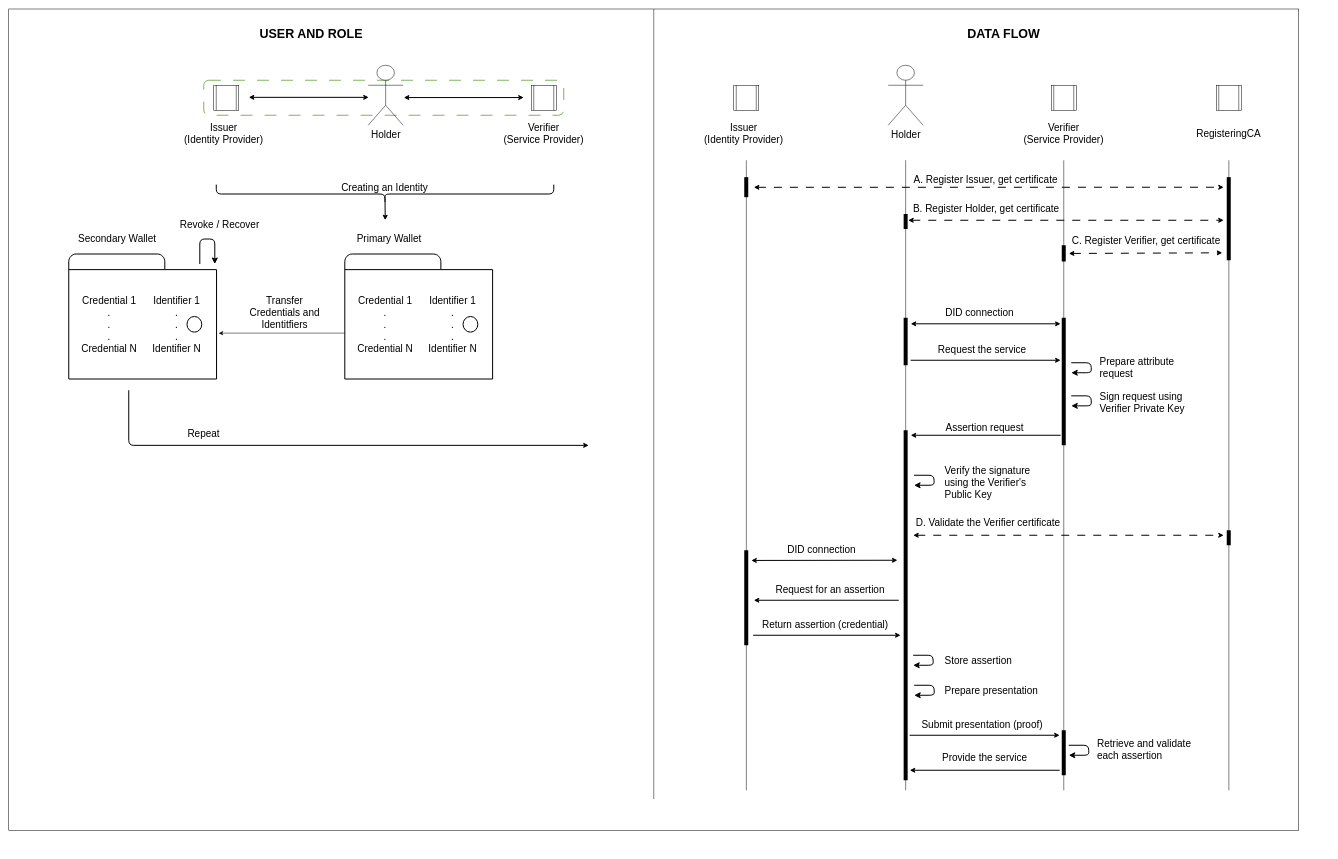
cristianlepore/Self-Sovereign-Identity keeps this draw.io diagram as definition/images/SSI_process_flow/SSI_process_flow_raw.drawio. Above is the earlier version. Source tidied: cells renumbered, new cells numbered last; positions are measured from the earlier drawing's top-left corner, leaving out a move shared by most shapes. Both pictures are drawn from the tidied source at 50%, with x=0, y=0 at pixel (8, 9).
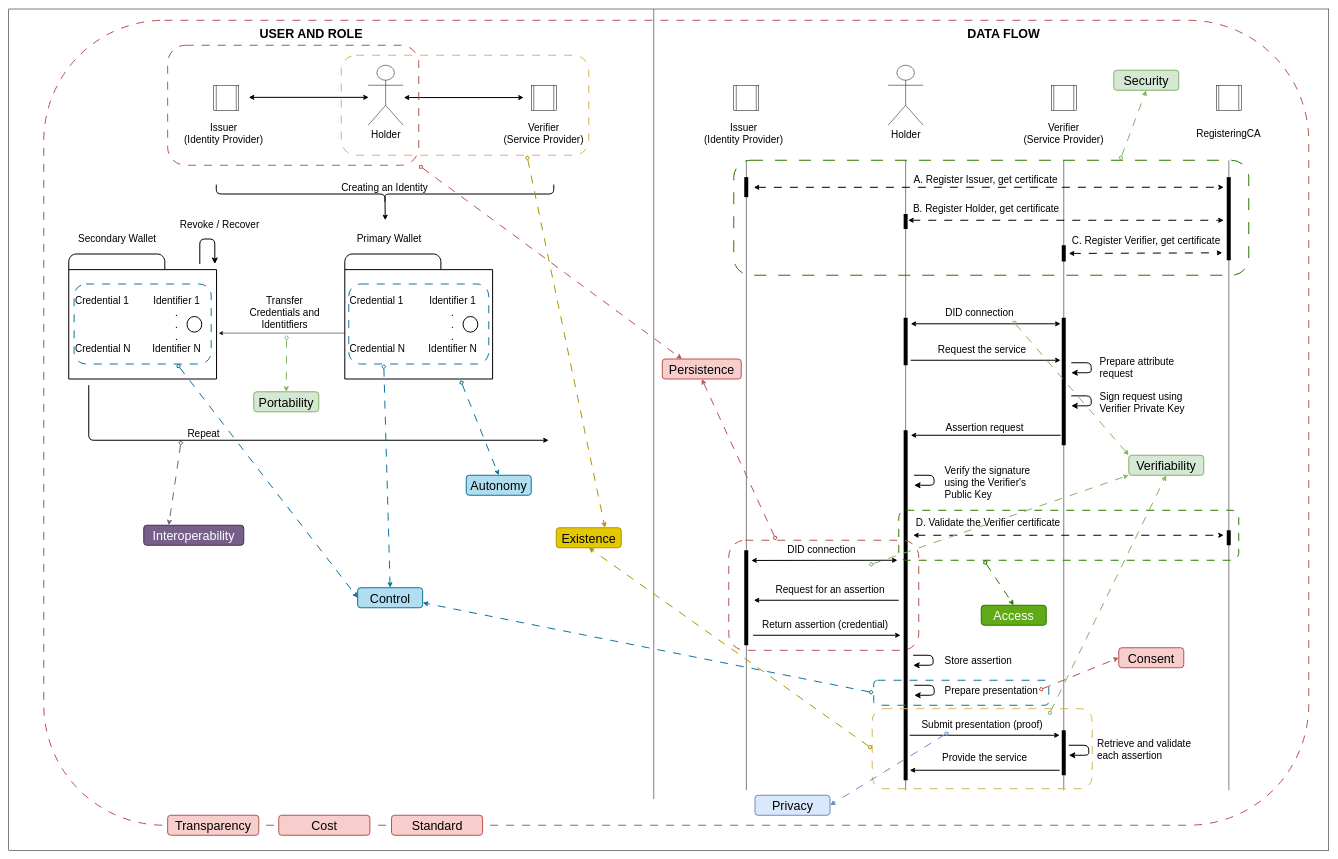
Above is the later version.

Unchanged cells that the change refers to:
```xml
<mxCell id="13" value="&lt;div&gt;&lt;font style=&quot;font-size: 20px;&quot;&gt;Repeat&lt;font&gt;&lt;br&gt;&lt;/font&gt;&lt;/font&gt;&lt;/div&gt;" style="text;html=1;align=center;verticalAlign=middle;whiteSpace=wrap;rounded=0;" parent="1" vertex="1">
  <mxGeometry x="300" y="832" width="180" height="30" as="geometry" />
</mxCell>
<mxCell id="17" style="html=1;verticalLabelPosition=bottom;align=center;labelBackgroundColor=#ffffff;verticalAlign=top;strokeWidth=2;strokeColor=#000000;shadow=0;dashed=0;shape=mxgraph.ios7.icons.wallet;fillColor=none;" parent="1" vertex="1">
  <mxGeometry x="672.1" y="489.5" width="295.6" height="250" as="geometry" />
</mxCell>
```

Change to the diagram source:
```diff
@@
+    <mxCell id="88" style="rounded=1;whiteSpace=wrap;html=1;fillColor=none;dashed=1;dashPattern=8 8;strokeWidth=2;strokeColor=#b85450;" parent="1" vertex="1">
+      <mxGeometry x="70" y="22" width="2530" height="1610" as="geometry" />
+    </mxCell>
     <mxCell id="2" style="rounded=0;whiteSpace=wrap;html=1;fillColor=none;" parent="1" vertex="1">
-      <mxGeometry y="-0.5" width="2580" height="1642.5" as="geometry" />
+      <mxGeometry y="-0.5" width="2640" height="1682.5" as="geometry" />
     </mxCell>
@@
-    <mxCell id="6" style="rounded=1;whiteSpace=wrap;html=1;fillColor=none;dashed=1;dashPattern=12 12;strokeColor=#82b366;strokeWidth=2;" parent="1" vertex="1">
-      <mxGeometry x="390" y="142" width="720" height="70" as="geometry" />
-    </mxCell>
@@
-    <mxCell id="18" value="&lt;div&gt;&lt;font style=&quot;font-size: 20px;&quot;&gt;Credential 1&lt;/font&gt;&lt;/div&gt;&lt;div&gt;&lt;font style=&quot;font-size: 20px;&quot;&gt;.&lt;/font&gt;&lt;/div&gt;&lt;div&gt;&lt;font style=&quot;font-size: 20px;&quot;&gt;.&lt;/font&gt;&lt;/div&gt;&lt;div&gt;&lt;font style=&quot;font-size: 20px;&quot;&gt;.&lt;br&gt;&lt;/font&gt;&lt;/div&gt;&lt;div&gt;&lt;font style=&quot;font-size: 20px;&quot;&gt;Credential N&lt;br&gt;&lt;/font&gt;&lt;/div&gt;" style="text;html=1;align=center;verticalAlign=middle;whiteSpace=wrap;rounded=0;" parent="1" vertex="1">
-      <mxGeometry x="687.8" y="589.5" width="130" height="80" as="geometry" />
-    </mxCell>
@@
-    <mxCell id="21" value="&lt;div&gt;&lt;font style=&quot;font-size: 20px;&quot;&gt;Credential 1&lt;/font&gt;&lt;/div&gt;&lt;div&gt;&lt;font style=&quot;font-size: 20px;&quot;&gt;.&lt;/font&gt;&lt;/div&gt;&lt;div&gt;&lt;font style=&quot;font-size: 20px;&quot;&gt;.&lt;/font&gt;&lt;/div&gt;&lt;div&gt;&lt;font style=&quot;font-size: 20px;&quot;&gt;.&lt;br&gt;&lt;/font&gt;&lt;/div&gt;&lt;div&gt;&lt;font style=&quot;font-size: 20px;&quot;&gt;Credential N&lt;br&gt;&lt;/font&gt;&lt;/div&gt;" style="text;html=1;align=center;verticalAlign=middle;whiteSpace=wrap;rounded=0;" parent="1" vertex="1">
-      <mxGeometry x="135.6" y="589.5" width="130" height="80" as="geometry" />
-    </mxCell>
@@
     <mxCell id="62" style="edgeStyle=orthogonalEdgeStyle;rounded=1;orthogonalLoop=1;jettySize=auto;html=1;entryX=0.701;entryY=2;entryDx=0;entryDy=0;entryPerimeter=0;curved=0;strokeWidth=2;" parent="1" edge="1">
       <mxGeometry relative="1" as="geometry">
-        <mxPoint x="240" y="762" as="sourcePoint" />
-        <mxPoint x="1160" y="872.2" as="targetPoint" />
+        <mxPoint x="160" y="751.8" as="sourcePoint" />
+        <mxPoint x="1080" y="862" as="targetPoint" />
         <Array as="points">
-          <mxPoint x="240" y="872" />
+          <mxPoint x="160" y="861.8" />
         </Array>
       </mxGeometry>
     </mxCell>
@@
+    <mxCell id="89" value="&lt;font style=&quot;font-size: 25px;&quot;&gt;Existence&lt;/font&gt;" style="text;html=1;align=center;verticalAlign=middle;whiteSpace=wrap;rounded=1;fillColor=#e3c800;strokeColor=#B09500;strokeWidth=2;fontColor=#000000;" parent="1" vertex="1">
+      <mxGeometry x="1095" y="1037" width="130" height="40" as="geometry" />
+    </mxCell>
+    <mxCell id="90" style="rounded=1;whiteSpace=wrap;html=1;fillColor=none;strokeColor=#d6b656;dashed=1;dashPattern=8 8;strokeWidth=2;" parent="1" vertex="1">
+      <mxGeometry x="1726.9" y="1398.9" width="440" height="160" as="geometry" />
+    </mxCell>
+    <mxCell id="91" style="endArrow=classic;html=1;rounded=0;entryX=0.5;entryY=1;entryDx=0;entryDy=0;fillColor=#e3c800;strokeColor=#B09500;strokeWidth=2;startArrow=diamond;startFill=0;dashed=1;dashPattern=8 8;exitX=0;exitY=0.5;exitDx=0;exitDy=0;" parent="1" edge="1" source="90" target="89">
+      <mxGeometry relative="1" as="geometry" />
+    </mxCell>
+    <mxCell id="92" style="rounded=1;whiteSpace=wrap;html=1;fillColor=none;strokeColor=#d6b656;dashed=1;dashPattern=8 8;strokeWidth=2;" parent="1" vertex="1">
+      <mxGeometry x="665" y="92" width="495" height="200" as="geometry" />
+    </mxCell>
+    <mxCell id="93" style="endArrow=classic;html=1;rounded=0;entryX=0.75;entryY=0;entryDx=0;entryDy=0;fillColor=#e3c800;strokeColor=#B09500;strokeWidth=2;startArrow=diamond;startFill=0;dashed=1;dashPattern=8 8;exitX=0.75;exitY=1;exitDx=0;exitDy=0;" parent="1" edge="1" source="92" target="89">
+      <mxGeometry relative="1" as="geometry" />
+    </mxCell>
+    <mxCell id="94" value="&lt;div align=&quot;left&quot;&gt;&lt;font style=&quot;font-size: 20px;&quot;&gt;Credential 1&lt;/font&gt;&lt;/div&gt;&lt;div align=&quot;left&quot;&gt;&lt;font style=&quot;font-size: 20px;&quot;&gt;&lt;br&gt;&lt;/font&gt;&lt;/div&gt;&lt;div align=&quot;left&quot;&gt;&lt;font style=&quot;font-size: 20px;&quot;&gt;&lt;br&gt;&lt;/font&gt;&lt;/div&gt;&lt;div align=&quot;left&quot;&gt;&lt;font style=&quot;font-size: 20px;&quot;&gt;&lt;br&gt;&lt;/font&gt;&lt;/div&gt;&lt;div align=&quot;left&quot;&gt;&lt;font style=&quot;font-size: 20px;&quot;&gt;Credential N&lt;br&gt;&lt;/font&gt;&lt;/div&gt;" style="text;html=1;align=left;verticalAlign=middle;whiteSpace=wrap;rounded=1;fillColor=none;strokeColor=#10739e;strokeWidth=2;dashed=1;dashPattern=8 8;" parent="1" vertex="1">
+      <mxGeometry x="680" y="549.5" width="280" height="160" as="geometry" />
+    </mxCell>
+    <mxCell id="95" value="&lt;font style=&quot;font-size: 25px;&quot;&gt;Control&lt;/font&gt;" style="text;html=1;align=center;verticalAlign=middle;whiteSpace=wrap;rounded=1;fillColor=#b1ddf0;strokeColor=#10739e;strokeWidth=2;" parent="1" vertex="1">
+      <mxGeometry x="697.8" y="1157" width="130" height="40" as="geometry" />
+    </mxCell>
+    <mxCell id="96" style="endArrow=classic;html=1;rounded=0;entryX=0.5;entryY=0;entryDx=0;entryDy=0;fillColor=#b1ddf0;strokeColor=#10739e;strokeWidth=2;startArrow=diamond;startFill=0;exitX=0.25;exitY=1;exitDx=0;exitDy=0;dashed=1;dashPattern=8 8;" parent="1" edge="1" source="94" target="95">
+      <mxGeometry relative="1" as="geometry" />
+    </mxCell>
+    <mxCell id="97" value="&lt;div align=&quot;left&quot;&gt;&lt;font style=&quot;font-size: 20px;&quot;&gt;Credential 1&lt;/font&gt;&lt;/div&gt;&lt;div align=&quot;left&quot;&gt;&lt;font style=&quot;font-size: 20px;&quot;&gt;&lt;br&gt;&lt;/font&gt;&lt;/div&gt;&lt;div align=&quot;left&quot;&gt;&lt;font style=&quot;font-size: 20px;&quot;&gt;&lt;br&gt;&lt;/font&gt;&lt;/div&gt;&lt;div align=&quot;left&quot;&gt;&lt;font style=&quot;font-size: 20px;&quot;&gt;&lt;br&gt;&lt;/font&gt;&lt;/div&gt;&lt;div align=&quot;left&quot;&gt;&lt;font style=&quot;font-size: 20px;&quot;&gt;Credential N&lt;br&gt;&lt;/font&gt;&lt;/div&gt;" style="text;html=1;align=left;verticalAlign=middle;whiteSpace=wrap;rounded=1;fillColor=none;strokeColor=#10739e;strokeWidth=2;dashed=1;dashPattern=8 8;" parent="1" vertex="1">
+      <mxGeometry x="130.7" y="549.5" width="274.2" height="160" as="geometry" />
+    </mxCell>
+    <mxCell id="98" style="endArrow=classic;html=1;rounded=0;entryX=0;entryY=0.5;entryDx=0;entryDy=0;fillColor=#b1ddf0;strokeColor=#10739e;strokeWidth=2;startArrow=diamond;startFill=0;exitX=0.75;exitY=1;exitDx=0;exitDy=0;dashed=1;dashPattern=8 8;" parent="1" edge="1" source="97" target="95">
+      <mxGeometry relative="1" as="geometry" />
+    </mxCell>
+    <mxCell id="99" style="rounded=1;whiteSpace=wrap;html=1;fillColor=none;strokeColor=#10739E;dashed=1;dashPattern=8 8;strokeWidth=2;" parent="1" vertex="1">
+      <mxGeometry x="1730" y="1342" width="350" height="50" as="geometry" />
+    </mxCell>
+    <mxCell id="100" style="endArrow=classic;html=1;rounded=0;entryX=1;entryY=0.75;entryDx=0;entryDy=0;fillColor=#b1ddf0;strokeColor=#10739e;strokeWidth=2;startArrow=diamond;startFill=0;exitX=0;exitY=0.5;exitDx=0;exitDy=0;dashed=1;dashPattern=8 8;" parent="1" edge="1" source="99" target="95">
+      <mxGeometry relative="1" as="geometry" />
+    </mxCell>
+    <mxCell id="101" value="&lt;div&gt;&lt;font style=&quot;font-size: 25px;&quot;&gt;Consent&lt;/font&gt;&lt;/div&gt;" style="text;html=1;align=center;verticalAlign=middle;whiteSpace=wrap;rounded=1;fillColor=#f8cecc;strokeColor=#b85450;strokeWidth=2;" parent="1" vertex="1">
+      <mxGeometry x="2220" y="1277" width="130" height="40" as="geometry" />
+    </mxCell>
+    <mxCell id="102" style="endArrow=classic;html=1;rounded=0;entryX=0;entryY=0.5;entryDx=0;entryDy=0;fillColor=#f8cecc;strokeColor=#b85450;strokeWidth=2;startArrow=diamond;startFill=0;dashed=1;dashPattern=8 8;exitX=0.943;exitY=0.4;exitDx=0;exitDy=0;exitPerimeter=0;" parent="1" edge="1" source="99" target="101">
+      <mxGeometry relative="1" as="geometry" />
+    </mxCell>
+    <mxCell id="103" value="&lt;font style=&quot;font-size: 25px;&quot;&gt;Persistence&lt;/font&gt;" style="text;html=1;align=center;verticalAlign=middle;whiteSpace=wrap;rounded=1;fillColor=#f8cecc;strokeColor=#b85450;strokeWidth=2;" parent="1" vertex="1">
+      <mxGeometry x="1307.1" y="699.5" width="157.9" height="40" as="geometry" />
+    </mxCell>
+    <mxCell id="104" style="endArrow=classic;html=1;rounded=0;entryX=0.5;entryY=1;entryDx=0;entryDy=0;fillColor=#f8cecc;strokeColor=#b85450;strokeWidth=2;startArrow=diamond;startFill=0;dashed=1;dashPattern=8 8;exitX=0.25;exitY=0;exitDx=0;exitDy=0;" parent="1" edge="1" source="105" target="103">
+      <mxGeometry relative="1" as="geometry" />
+    </mxCell>
+    <mxCell id="105" style="rounded=1;whiteSpace=wrap;html=1;fillColor=none;strokeColor=#B85450;dashed=1;dashPattern=8 8;strokeWidth=2;" parent="1" vertex="1">
+      <mxGeometry x="1440" y="1062" width="380" height="220" as="geometry" />
+    </mxCell>
+    <mxCell id="106" style="rounded=1;whiteSpace=wrap;html=1;fillColor=none;strokeColor=#B85450;dashed=1;dashPattern=8 8;strokeWidth=2;" parent="1" vertex="1">
+      <mxGeometry x="317.8" y="72" width="502.2" height="240" as="geometry" />
+    </mxCell>
+    <mxCell id="107" style="endArrow=classic;html=1;rounded=0;entryX=0.25;entryY=0;entryDx=0;entryDy=0;fillColor=#f8cecc;strokeColor=#b85450;strokeWidth=2;startArrow=diamond;startFill=0;dashed=1;dashPattern=8 8;exitX=1;exitY=1;exitDx=0;exitDy=0;" parent="1" edge="1" source="106" target="103">
+      <mxGeometry relative="1" as="geometry" />
+    </mxCell>
+    <mxCell id="108" value="&lt;font style=&quot;font-size: 25px;&quot;&gt;Security&lt;/font&gt;" style="text;html=1;align=center;verticalAlign=middle;whiteSpace=wrap;rounded=1;fillColor=#d5e8d4;strokeColor=#82b366;strokeWidth=2;" parent="1" vertex="1">
+      <mxGeometry x="2210" y="122" width="130" height="40" as="geometry" />
+    </mxCell>
+    <mxCell id="109" style="rounded=1;whiteSpace=wrap;html=1;fillColor=none;dashed=1;dashPattern=12 12;strokeColor=#2D7600;strokeWidth=2;fontColor=#ffffff;" parent="1" vertex="1">
+      <mxGeometry x="1450" y="302" width="1030" height="230" as="geometry" />
+    </mxCell>
+    <mxCell id="110" style="endArrow=classic;html=1;rounded=0;entryX=0.5;entryY=1;entryDx=0;entryDy=0;fillColor=#d5e8d4;strokeColor=#82b366;strokeWidth=2;startArrow=diamond;startFill=0;dashed=1;dashPattern=8 8;exitX=0.75;exitY=0;exitDx=0;exitDy=0;" parent="1" edge="1" source="109" target="108">
+      <mxGeometry relative="1" as="geometry" />
+    </mxCell>
+    <mxCell id="111" value="&lt;font style=&quot;font-size: 25px;&quot;&gt;Privacy&lt;/font&gt;" style="text;html=1;align=center;verticalAlign=middle;whiteSpace=wrap;rounded=1;fillColor=#dae8fc;strokeColor=#6c8ebf;strokeWidth=2;" parent="1" vertex="1">
+      <mxGeometry x="1492.5" y="1572" width="150" height="40" as="geometry" />
+    </mxCell>
+    <mxCell id="112" style="endArrow=classic;html=1;rounded=0;entryX=1;entryY=0.5;entryDx=0;entryDy=0;fillColor=#dae8fc;strokeColor=#6c8ebf;strokeWidth=2;startArrow=diamond;startFill=0;dashed=1;dashPattern=8 8;exitX=0.25;exitY=1;exitDx=0;exitDy=0;" parent="1" edge="1" target="111">
+      <mxGeometry relative="1" as="geometry">
+        <mxPoint x="1880" y="1446" as="sourcePoint" />
+      </mxGeometry>
+    </mxCell>
+    <mxCell id="113" value="&lt;font style=&quot;font-size: 25px;&quot;&gt;Access&lt;/font&gt;" style="text;html=1;align=center;verticalAlign=middle;whiteSpace=wrap;rounded=1;fillColor=#60a917;strokeColor=#2D7600;strokeWidth=2;fontColor=#ffffff;" parent="1" vertex="1">
+      <mxGeometry x="1945" y="1192" width="130" height="40" as="geometry" />
+    </mxCell>
+    <mxCell id="114" style="rounded=1;whiteSpace=wrap;html=1;dashed=1;dashPattern=8 8;fillColor=none;strokeWidth=2;strokeColor=#2D7600;fontColor=#ffffff;" parent="1" vertex="1">
+      <mxGeometry x="1780" y="1002" width="680" height="100" as="geometry" />
+    </mxCell>
+    <mxCell id="115" style="endArrow=classic;html=1;rounded=0;entryX=0.5;entryY=0;entryDx=0;entryDy=0;fillColor=#60a917;strokeColor=#2D7600;strokeWidth=2;startArrow=diamond;startFill=0;dashed=1;dashPattern=8 8;exitX=0.25;exitY=1;exitDx=0;exitDy=0;" parent="1" edge="1" source="114" target="113">
+      <mxGeometry relative="1" as="geometry" />
+    </mxCell>
+    <mxCell id="116" value="&lt;font style=&quot;font-size: 25px;&quot;&gt;Transparency&lt;/font&gt;" style="text;html=1;align=center;verticalAlign=middle;whiteSpace=wrap;rounded=1;fillColor=#f8cecc;strokeColor=#b85450;strokeWidth=2;" parent="1" vertex="1">
+      <mxGeometry x="317.8" y="1612" width="182.2" height="40" as="geometry" />
+    </mxCell>
+    <mxCell id="117" value="&lt;font style=&quot;font-size: 25px;&quot;&gt;Portability&lt;/font&gt;" style="text;html=1;align=center;verticalAlign=middle;whiteSpace=wrap;rounded=1;fillColor=#d5e8d4;strokeColor=#82b366;strokeWidth=2;" parent="1" vertex="1">
+      <mxGeometry x="490" y="765.1" width="130" height="40" as="geometry" />
+    </mxCell>
+    <mxCell id="118" style="endArrow=classic;html=1;rounded=0;entryX=0.5;entryY=0;entryDx=0;entryDy=0;fillColor=#d5e8d4;strokeColor=#82b366;strokeWidth=2;startArrow=diamond;startFill=0;dashed=1;dashPattern=8 8;exitX=0.192;exitY=0.391;exitDx=0;exitDy=0;exitPerimeter=0;" parent="1" edge="1" source="88" target="117">
+      <mxGeometry relative="1" as="geometry" />
+    </mxCell>
+    <mxCell id="119" value="&lt;font style=&quot;font-size: 25px;&quot;&gt;Interoperability&lt;/font&gt;" style="text;html=1;align=center;verticalAlign=middle;whiteSpace=wrap;rounded=1;fillColor=#76608a;strokeColor=#432D57;strokeWidth=2;fontColor=#ffffff;" parent="1" vertex="1">
+      <mxGeometry x="270" y="1032" width="200" height="40" as="geometry" />
+    </mxCell>
+    <mxCell id="120" style="endArrow=classic;html=1;rounded=0;entryX=0.25;entryY=0;entryDx=0;entryDy=0;fillColor=#b1ddf0;strokeColor=#76608A;strokeWidth=2;startArrow=diamond;startFill=0;exitX=0.25;exitY=1;exitDx=0;exitDy=0;dashed=1;dashPattern=8 8;" parent="1" edge="1" source="13" target="119">
+      <mxGeometry relative="1" as="geometry" />
+    </mxCell>
+    <mxCell id="121" value="&lt;font style=&quot;font-size: 25px;&quot;&gt;Cost&lt;/font&gt;" style="text;html=1;align=center;verticalAlign=middle;whiteSpace=wrap;rounded=1;fillColor=#f8cecc;strokeColor=#b85450;strokeWidth=2;" parent="1" vertex="1">
+      <mxGeometry x="540" y="1612" width="182.2" height="40" as="geometry" />
+    </mxCell>
+    <mxCell id="122" value="&lt;font style=&quot;font-size: 25px;&quot;&gt;Standard&lt;/font&gt;" style="text;html=1;align=center;verticalAlign=middle;whiteSpace=wrap;rounded=1;fillColor=#f8cecc;strokeColor=#b85450;strokeWidth=2;" parent="1" vertex="1">
+      <mxGeometry x="765.5" y="1612" width="182.2" height="40" as="geometry" />
+    </mxCell>
+    <mxCell id="123" value="&lt;font style=&quot;font-size: 25px;&quot;&gt;Autonomy&lt;/font&gt;" style="text;html=1;align=center;verticalAlign=middle;whiteSpace=wrap;rounded=1;fillColor=#b1ddf0;strokeColor=#10739e;strokeWidth=2;" parent="1" vertex="1">
+      <mxGeometry x="915" y="932" width="130" height="40" as="geometry" />
+    </mxCell>
+    <mxCell id="124" style="endArrow=classic;html=1;rounded=0;entryX=0.5;entryY=0;entryDx=0;entryDy=0;fillColor=#b1ddf0;strokeColor=#10739e;strokeWidth=2;startArrow=diamond;startFill=0;exitX=0.783;exitY=1.009;exitDx=0;exitDy=0;dashed=1;dashPattern=8 8;exitPerimeter=0;" parent="1" edge="1" source="17" target="123">
+      <mxGeometry relative="1" as="geometry" />
+    </mxCell>
+    <mxCell id="125" value="&lt;div&gt;&lt;font style=&quot;font-size: 25px;&quot;&gt;Verifiability&lt;/font&gt;&lt;/div&gt;" style="text;html=1;align=center;verticalAlign=middle;whiteSpace=wrap;rounded=1;fillColor=#d5e8d4;strokeColor=#82b366;strokeWidth=2;" parent="1" vertex="1">
+      <mxGeometry x="2240" y="892" width="150" height="40" as="geometry" />
+    </mxCell>
+    <mxCell id="126" style="endArrow=classic;html=1;rounded=0;entryX=0.5;entryY=1;entryDx=0;entryDy=0;fillColor=#d5e8d4;strokeColor=#82b366;strokeWidth=2;startArrow=diamond;startFill=0;dashed=1;dashPattern=8 8;exitX=1;exitY=0;exitDx=0;exitDy=0;" parent="1" edge="1" target="125">
+      <mxGeometry relative="1" as="geometry">
+        <mxPoint x="2080" y="1412" as="sourcePoint" />
+      </mxGeometry>
+    </mxCell>
+    <mxCell id="127" style="endArrow=classic;html=1;rounded=0;entryX=0;entryY=1;entryDx=0;entryDy=0;fillColor=#d5e8d4;strokeColor=#82b366;strokeWidth=2;startArrow=diamond;startFill=0;dashed=1;dashPattern=8 8;exitX=0.73;exitY=0.227;exitDx=0;exitDy=0;exitPerimeter=0;" parent="1" edge="1" target="125">
+      <mxGeometry relative="1" as="geometry">
+        <mxPoint x="1720" y="1112" as="sourcePoint" />
+      </mxGeometry>
+    </mxCell>
+    <mxCell id="128" style="endArrow=classic;html=1;rounded=0;entryX=0;entryY=0;entryDx=0;entryDy=0;fillColor=#d5e8d4;strokeColor=#82b366;strokeWidth=2;startArrow=diamond;startFill=0;dashed=1;dashPattern=8 8;exitX=0.75;exitY=1;exitDx=0;exitDy=0;" parent="1" edge="1" target="125">
+      <mxGeometry relative="1" as="geometry">
+        <mxPoint x="2008" y="623" as="sourcePoint" />
+      </mxGeometry>
+    </mxCell>
```
